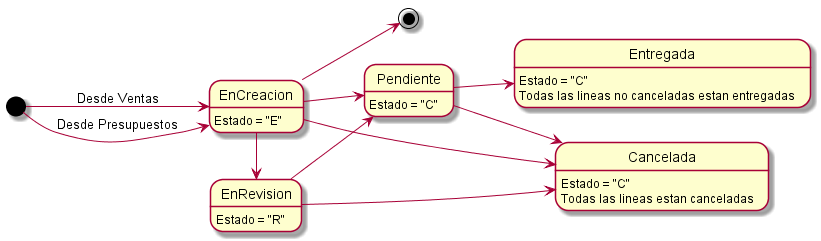
This is Informe Final/Imagenes/DiagramasEstado/DiagramaDeEstado/ventas.png from ZMGestion/DocumentacionZMGestion, a PlantUML export, as it was before one commit.
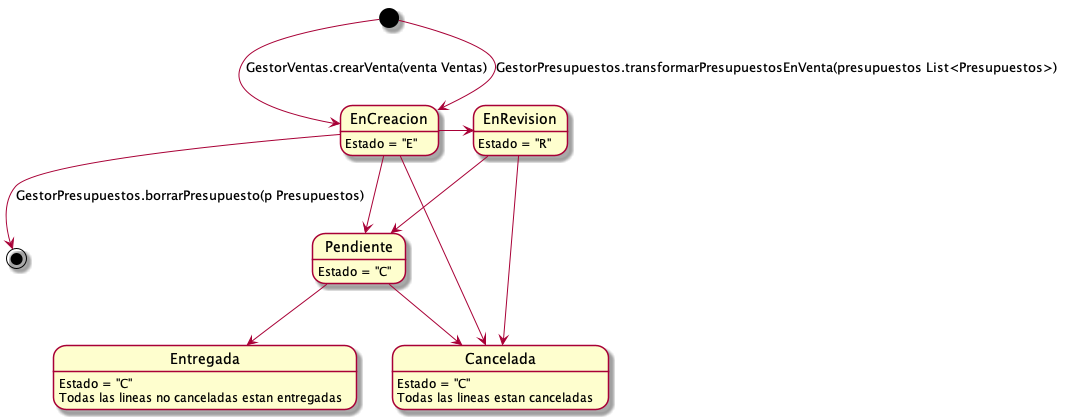
After the commit.

The edit, as a diff of the source:
```diff
@@ -1,5 +1,5 @@
 @startuml ventas
-left to right direction
+top to bottom direction
 
 EnCreacion: Estado = "E"
 EnRevision: Estado = "R"
@@ -9,9 +9,9 @@
 Entregada: Estado = "C"
 Entregada: Todas las lineas no canceladas estan entregadas
 
-[*] --> EnCreacion: Desde Ventas
-[*] --> EnCreacion: Desde Presupuestos
-EnCreacion --> [*]
+[*] --> EnCreacion: GestorVentas.crearVenta(venta Ventas)
+[*] --> EnCreacion: GestorPresupuestos.transformarPresupuestosEnVenta(presupuestos List<Presupuestos>)
+EnCreacion --> [*]: GestorPresupuestos.borrarPresupuesto(p Presupuestos)
 EnCreacion -> EnRevision
 EnCreacion --> Pendiente
 EnCreacion --> Cancelada
```
